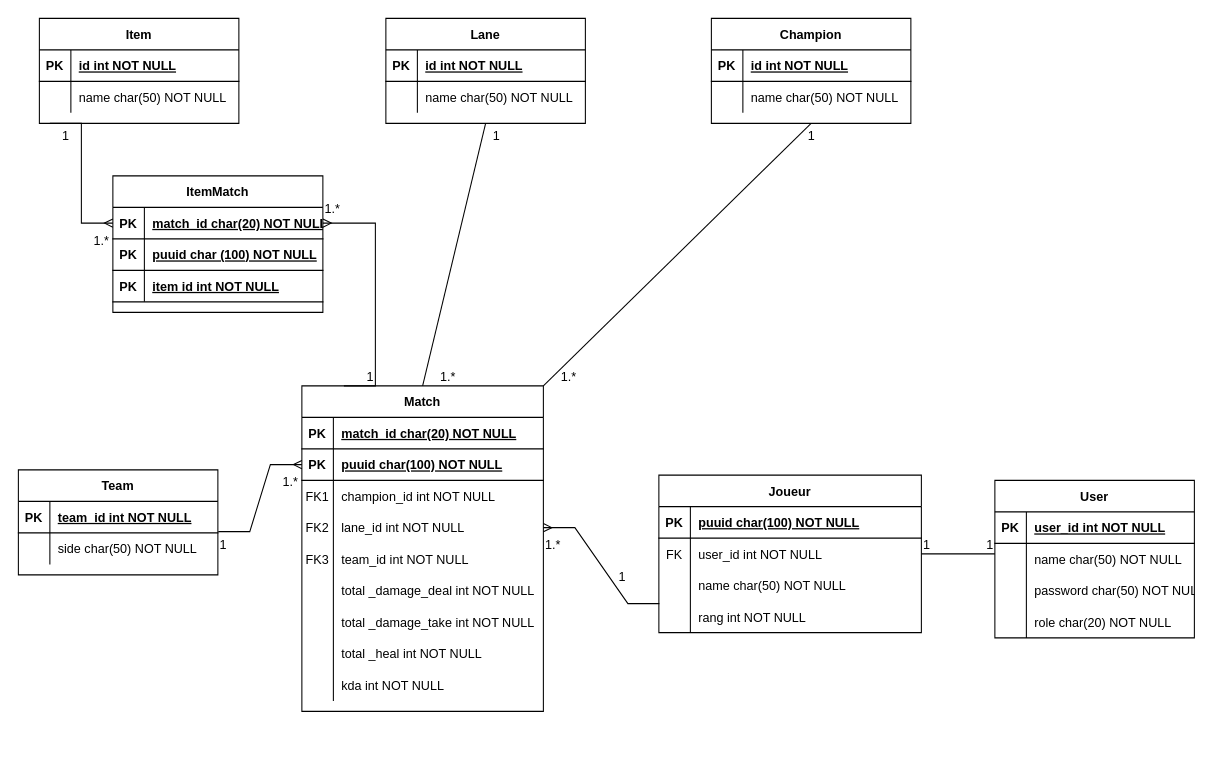
This is Image Prod/Diagramme de donnees.drawio from Niyo-D-JC/HelpWork, a draw.io file, before an edit. Source tidied: cells renumbered, new cells numbered last; positions are measured from the earlier drawing's top-left corner, leaving out a move shared by most shapes. Both pictures are drawn from the tidied source at 105%, with x=0, y=0 at pixel (18, 18).
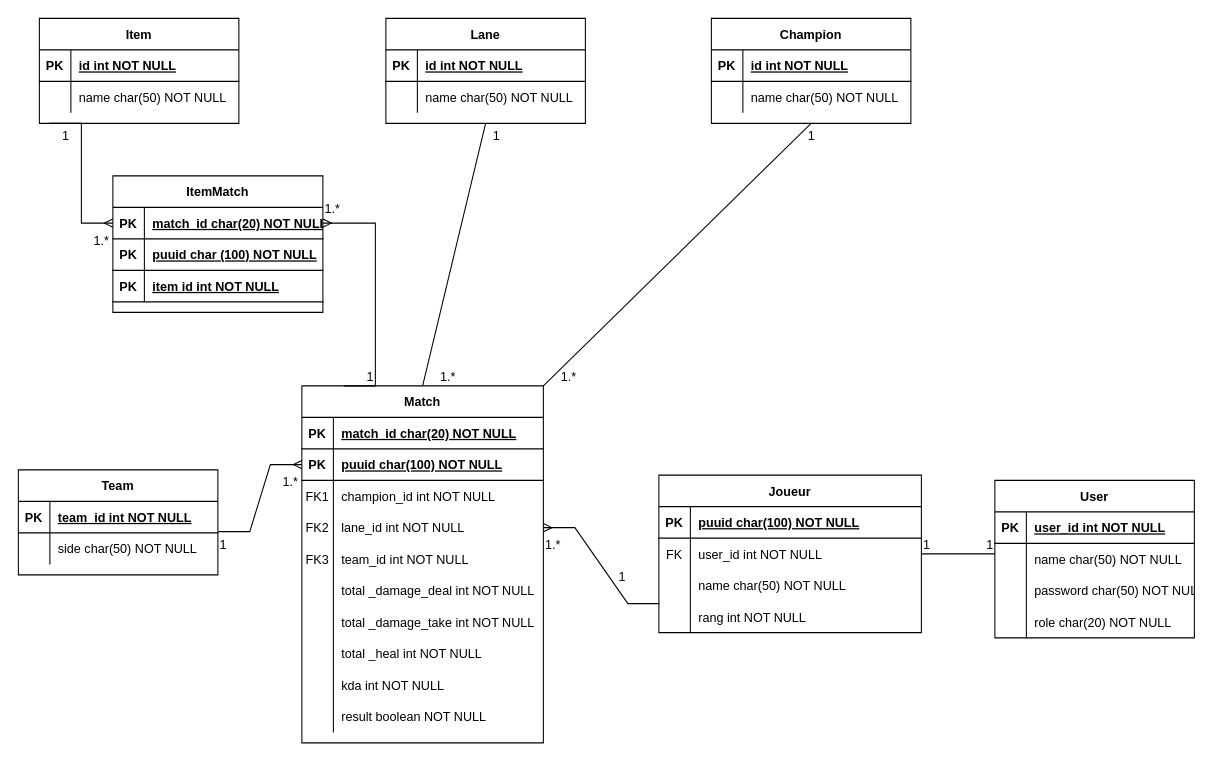
After the change.

Commit message:
Mettre à jour Diagramme de donnees.drawio

The edit, as a diff of the source:
```diff
@@
     <mxCell id="59" value="Match" style="shape=table;startSize=30;childLayout=tableLayout;rowLines=0;fontStyle=1;align=center;" parent="1" vertex="1">
-      <mxGeometry x="270" y="350" width="230" height="310" as="geometry" />
+      <mxGeometry x="270" y="350" width="230" height="340" as="geometry" />
     </mxCell>
@@
+    <mxCell id="116" style="shape=partialRectangle;fillColor=none;top=0;left=0;right=0;bottom=0;" parent="59" vertex="1">
+      <mxGeometry y="300" width="230" height="30" as="geometry" />
+    </mxCell>
+    <mxCell id="117" style="shape=partialRectangle;overflow=hidden;fillColor=none;top=0;left=0;bottom=0;right=0;" parent="116" vertex="1">
+      <mxGeometry width="30" height="30" as="geometry" />
+    </mxCell>
+    <mxCell id="118" value="result boolean NOT NULL" style="shape=partialRectangle;overflow=hidden;fillColor=none;top=0;left=0;bottom=0;right=0;align=left;spacingLeft=6;" parent="116" vertex="1">
+      <mxGeometry x="30" width="200" height="30" as="geometry" />
+    </mxCell>
```
